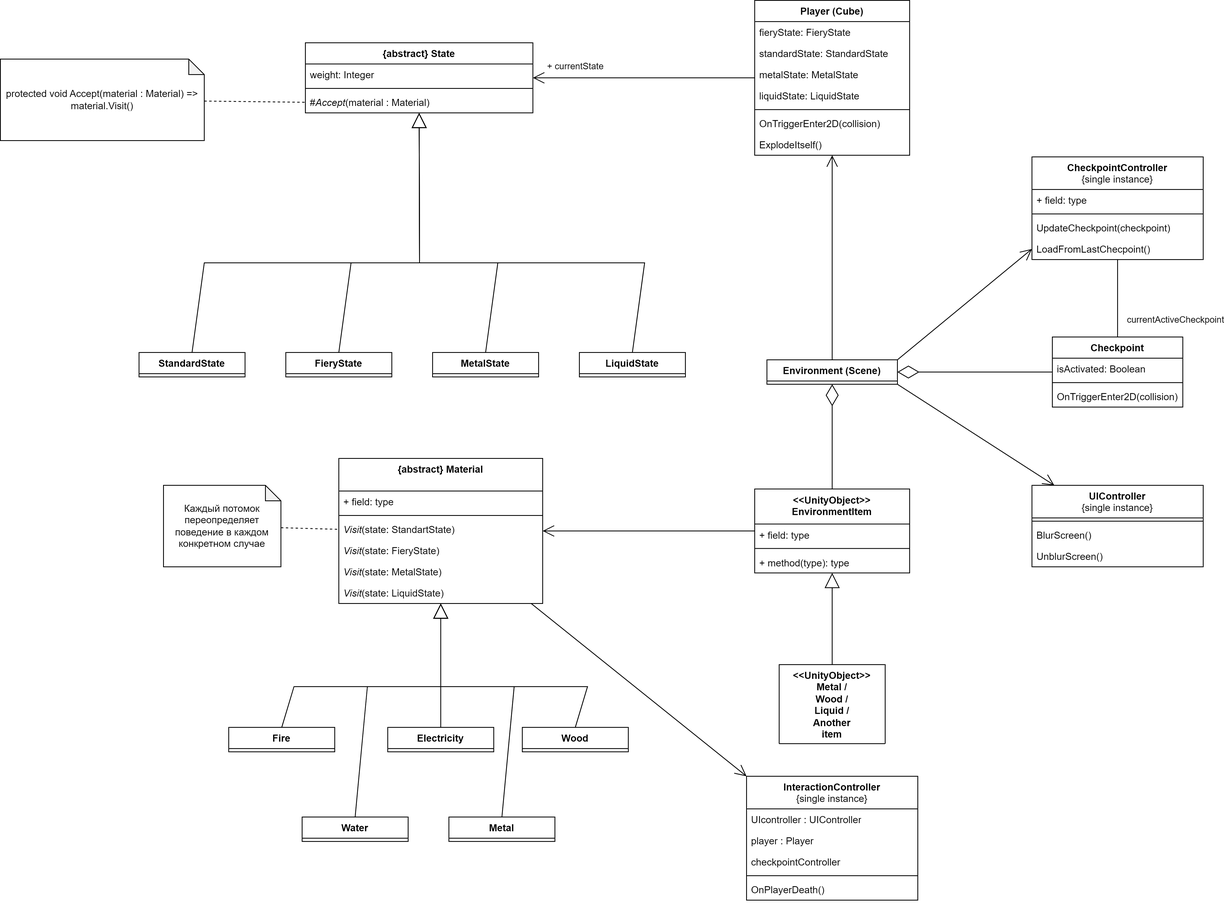
Before: Documentation/Class Diagram.png, a diagram exported from draw.io (Mithrilll/Rock). Source tidied: cells renumbered, new cells last; positions are measured from the earlier drawing's top-left corner, leaving out a move shared by most shapes.
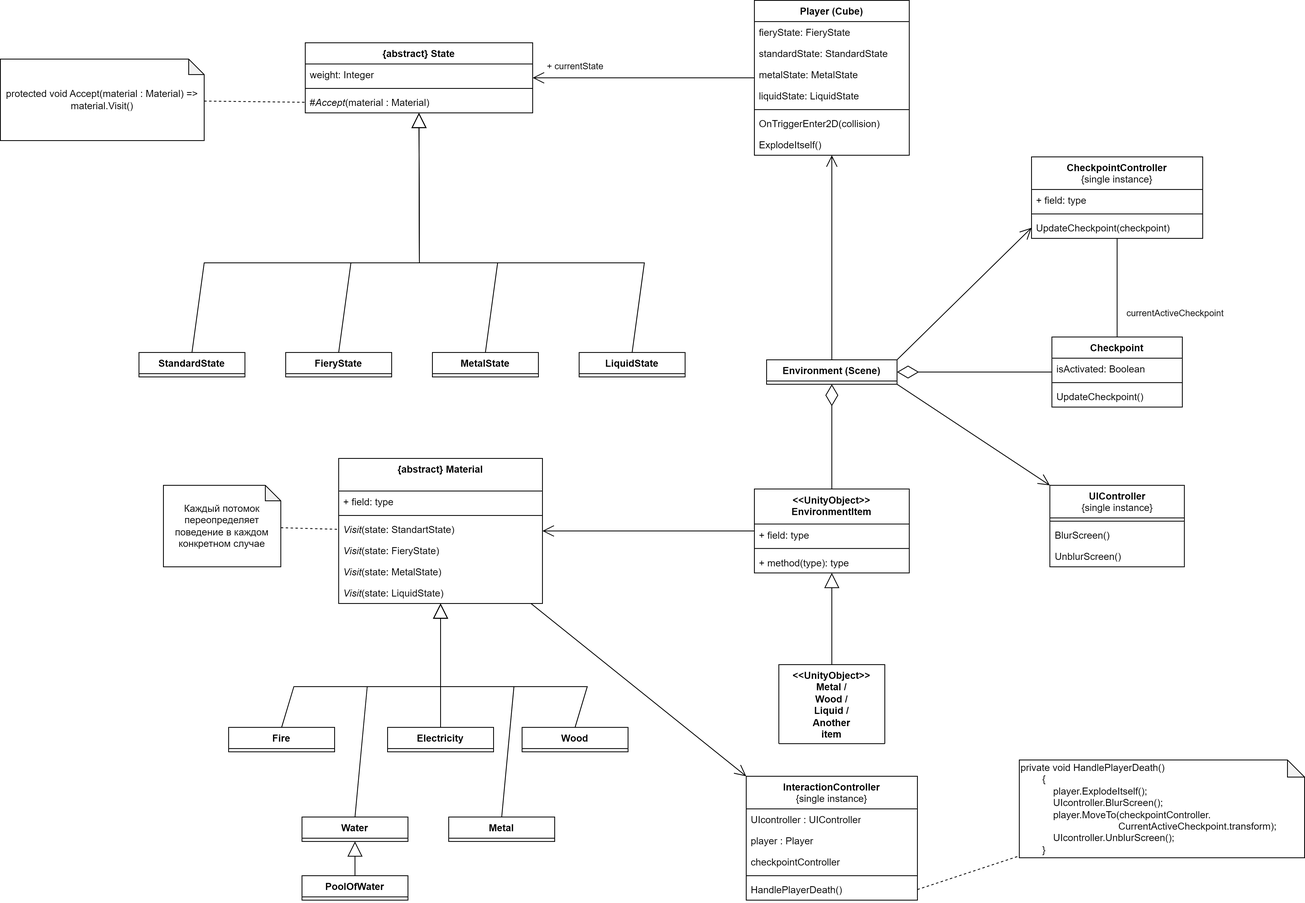
Above is the later version.

Diff of the diagram source:
```diff
@@ -139,7 +139,7 @@
     <mxCell id="35" value="ExplodeItself()" style="text;strokeColor=none;fillColor=none;align=left;verticalAlign=top;spacingLeft=4;spacingRight=4;overflow=hidden;whiteSpace=wrap;html=1;" parent="28" vertex="1">
       <mxGeometry y="164" width="190" height="26" as="geometry" />
     </mxCell>
-    <mxCell id="36" style="edgeStyle=none;shape=connector;rounded=0;jettySize=auto;html=1;exitX=1;exitY=0;exitDx=0;exitDy=0;labelBackgroundColor=default;strokeColor=default;fontFamily=Helvetica;fontSize=11;fontColor=default;endArrow=open;endFill=1;endSize=12;entryX=0;entryY=0.5;entryDx=0;entryDy=0;" parent="1" edge="1" source="37" target="62">
+    <mxCell id="36" style="edgeStyle=none;shape=connector;rounded=0;jettySize=auto;html=1;exitX=1;exitY=0;exitDx=0;exitDy=0;labelBackgroundColor=default;strokeColor=default;fontFamily=Helvetica;fontSize=11;fontColor=default;endArrow=open;endFill=1;endSize=12;entryX=0;entryY=0.5;entryDx=0;entryDy=0;" parent="1" edge="1" source="37" target="61">
       <mxGeometry relative="1" as="geometry" />
     </mxCell>
     <mxCell id="37" value="Environment (Scene)" style="swimlane;fontStyle=1;align=center;verticalAlign=top;horizontal=1;startSize=26;whiteSpace=wrap;html=1;" parent="1" vertex="1" collapsed="1">
@@ -215,7 +215,7 @@
       </mxGeometry>
     </mxCell>
     <mxCell id="58" value="CheckpointController&lt;br&gt;&lt;span style=&quot;font-weight: normal;&quot;&gt;{single instance}&lt;/span&gt;" style="swimlane;fontStyle=1;align=center;verticalAlign=top;horizontal=1;startSize=40;whiteSpace=wrap;html=1;" parent="1" vertex="1">
-      <mxGeometry x="1265" y="192" width="210" height="126" as="geometry" />
+      <mxGeometry x="1265" y="192" width="210" height="100" as="geometry" />
     </mxCell>
     <mxCell id="59" value="+ field: type" style="text;strokeColor=none;fillColor=none;align=left;verticalAlign=top;spacingLeft=4;spacingRight=4;overflow=hidden;whiteSpace=wrap;html=1;" parent="58" vertex="1">
       <mxGeometry y="40" width="210" height="26" as="geometry" />
@@ -226,9 +226,6 @@
     <mxCell id="61" value="UpdateCheckpoint(checkpoint)" style="text;strokeColor=none;fillColor=none;align=left;verticalAlign=top;spacingLeft=4;spacingRight=4;overflow=hidden;points=[[0,0.5],[1,0.5]];portConstraint=eastwest;whiteSpace=wrap;html=1;" parent="58" vertex="1">
       <mxGeometry y="74" width="210" height="26" as="geometry" />
     </mxCell>
-    <mxCell id="62" value="LoadFromLastChecpoint()" style="text;strokeColor=none;fillColor=none;align=left;verticalAlign=top;spacingLeft=4;spacingRight=4;overflow=hidden;points=[[0,0.5],[1,0.5]];portConstraint=eastwest;whiteSpace=wrap;html=1;" parent="58" vertex="1">
-      <mxGeometry y="100" width="210" height="26" as="geometry" />
-    </mxCell>
     <mxCell id="63" value="Checkpoint" style="swimlane;fontStyle=1;align=center;verticalAlign=top;horizontal=1;startSize=26;whiteSpace=wrap;html=1;" parent="1" vertex="1">
       <mxGeometry x="1290" y="413" width="160" height="86" as="geometry" />
     </mxCell>
@@ -238,7 +235,7 @@
     <mxCell id="65" style="line;strokeWidth=1;fillColor=none;align=left;verticalAlign=middle;spacingTop=-1;spacingLeft=3;spacingRight=3;labelPosition=right;strokeColor=inherit;" parent="63" vertex="1">
       <mxGeometry y="52" width="160" height="8" as="geometry" />
     </mxCell>
-    <mxCell id="66" value="OnTriggerEnter2D(collision)" style="text;strokeColor=none;fillColor=none;align=left;verticalAlign=top;spacingLeft=4;spacingRight=4;overflow=hidden;whiteSpace=wrap;html=1;" parent="63" vertex="1">
+    <mxCell id="66" value="UpdateCheckpoint()" style="text;strokeColor=none;fillColor=none;align=left;verticalAlign=top;spacingLeft=4;spacingRight=4;overflow=hidden;whiteSpace=wrap;html=1;" parent="63" vertex="1">
       <mxGeometry y="60" width="160" height="26" as="geometry" />
     </mxCell>
     <mxCell id="67" style="endArrow=diamondThin;endFill=0;endSize=24;html=1;rounded=0;" parent="1" edge="1" source="63" target="37">
@@ -248,18 +245,18 @@
       <mxGeometry relative="1" as="geometry" />
     </mxCell>
     <mxCell id="69" value="UIController&lt;br&gt;&lt;span style=&quot;font-weight: normal;&quot;&gt;{single instance}&lt;/span&gt;" style="swimlane;fontStyle=1;align=center;verticalAlign=top;horizontal=1;startSize=40;whiteSpace=wrap;html=1;" parent="1" vertex="1">
-      <mxGeometry x="1265" y="595" width="210" height="100" as="geometry" />
+      <mxGeometry x="1287.5" y="595" width="165" height="100" as="geometry" />
     </mxCell>
     <mxCell id="70" style="line;strokeWidth=1;fillColor=none;align=left;verticalAlign=middle;spacingTop=-1;spacingLeft=3;spacingRight=3;labelPosition=right;strokeColor=inherit;" parent="69" vertex="1">
-      <mxGeometry y="40" width="210" height="8" as="geometry" />
+      <mxGeometry y="40" width="165" height="8" as="geometry" />
     </mxCell>
     <mxCell id="71" value="BlurScreen()" style="text;strokeColor=none;fillColor=none;align=left;verticalAlign=top;spacingLeft=4;spacingRight=4;overflow=hidden;whiteSpace=wrap;html=1;" parent="69" vertex="1">
-      <mxGeometry y="48" width="210" height="26" as="geometry" />
+      <mxGeometry y="48" width="165" height="26" as="geometry" />
     </mxCell>
     <mxCell id="72" value="UnblurScreen()" style="text;strokeColor=none;fillColor=none;align=left;verticalAlign=top;spacingLeft=4;spacingRight=4;overflow=hidden;whiteSpace=wrap;html=1;" parent="69" vertex="1">
-      <mxGeometry y="74" width="210" height="26" as="geometry" />
+      <mxGeometry y="74" width="165" height="26" as="geometry" />
     </mxCell>
-    <mxCell id="73" style="edgeStyle=none;shape=connector;rounded=0;jettySize=auto;html=1;labelBackgroundColor=default;strokeColor=default;fontFamily=Helvetica;fontSize=11;fontColor=default;endArrow=open;endFill=1;endSize=12;exitX=1;exitY=1;exitDx=0;exitDy=0;" parent="1" edge="1" source="37" target="69">
+    <mxCell id="73" style="edgeStyle=none;shape=connector;rounded=0;jettySize=auto;html=1;labelBackgroundColor=default;strokeColor=default;fontFamily=Helvetica;fontSize=11;fontColor=default;endArrow=open;endFill=1;endSize=12;exitX=1;exitY=1;exitDx=0;exitDy=0;entryX=0;entryY=0;entryDx=0;entryDy=0;" parent="1" edge="1" source="37" target="69">
       <mxGeometry relative="1" as="geometry" />
     </mxCell>
     <mxCell id="74" value="InteractionController&lt;br style=&quot;border-color: var(--border-color);&quot;&gt;&lt;span style=&quot;font-weight: normal;&quot;&gt;{single instance}&lt;/span&gt;" style="swimlane;fontStyle=1;align=center;verticalAlign=top;horizontal=1;startSize=40;whiteSpace=wrap;html=1;" parent="1" vertex="1">
@@ -277,8 +274,20 @@
     <mxCell id="78" style="line;strokeWidth=1;fillColor=none;align=left;verticalAlign=middle;spacingTop=-1;spacingLeft=3;spacingRight=3;labelPosition=right;strokeColor=inherit;" parent="74" vertex="1">
       <mxGeometry y="118" width="210" height="8" as="geometry" />
     </mxCell>
-    <mxCell id="79" value="OnPlayerDeath()" style="text;strokeColor=none;fillColor=none;align=left;verticalAlign=top;spacingLeft=4;spacingRight=4;overflow=hidden;points=[[0,0.5],[1,0.5]];portConstraint=eastwest;whiteSpace=wrap;html=1;" parent="74" vertex="1">
+    <mxCell id="79" value="HandlePlayerDeath()" style="text;strokeColor=none;fillColor=none;align=left;verticalAlign=top;spacingLeft=4;spacingRight=4;overflow=hidden;points=[[0,0.5],[1,0.5]];portConstraint=eastwest;whiteSpace=wrap;html=1;" parent="74" vertex="1">
       <mxGeometry y="126" width="210" height="26" as="geometry" />
     </mxCell>
+    <mxCell id="80" value="PoolOfWater" style="swimlane;fontStyle=1;align=center;verticalAlign=top;horizontal=1;startSize=26;whiteSpace=wrap;html=1;" parent="1" vertex="1" collapsed="1">
+      <mxGeometry x="370" y="1074" width="130" height="30" as="geometry" />
+    </mxCell>
+    <mxCell id="81" style="endArrow=block;endSize=16;endFill=0;html=1;rounded=0;" parent="1" edge="1" source="80" target="21">
+      <mxGeometry relative="1" as="geometry" />
+    </mxCell>
+    <mxCell id="82" value="&lt;div&gt;private void HandlePlayerDeath()&lt;/div&gt;&lt;div&gt;&amp;nbsp; &amp;nbsp; &lt;span style=&quot;white-space: pre;&quot;&gt; &lt;/span&gt;{&lt;/div&gt;&lt;blockquote style=&quot;margin: 0 0 0 40px; border: none; padding: 0px;&quot;&gt;&lt;div&gt;player.ExplodeItself();&lt;/div&gt;&lt;div&gt;UIcontroller.BlurScreen();&lt;/div&gt;&lt;div&gt;player.MoveTo(checkpointController.&lt;/div&gt;&lt;div&gt;&lt;span style=&quot;white-space: pre;&quot;&gt; &lt;/span&gt;&lt;span style=&quot;white-space: pre;&quot;&gt; &lt;/span&gt;&lt;span style=&quot;white-space: pre;&quot;&gt; &lt;/span&gt;CurrentActiveCheckpoint.transform);&lt;/div&gt;&lt;div&gt;UIcontroller.UnblurScreen();&lt;/div&gt;&lt;/blockquote&gt;&lt;div&gt;&lt;span style=&quot;&quot;&gt; &lt;/span&gt;&lt;span style=&quot;white-space: pre;&quot;&gt; &lt;/span&gt;}&lt;/div&gt;" style="shape=note;whiteSpace=wrap;html=1;backgroundOutline=1;darkOpacity=0.05;size=21;align=left;" parent="1" vertex="1">
+      <mxGeometry x="1250" y="932" width="350" height="120" as="geometry" />
+    </mxCell>
+    <mxCell id="83" style="endArrow=none;dashed=1;html=1;rounded=0;exitX=1;exitY=0.5;exitDx=0;exitDy=0;" parent="1" edge="1" source="79" target="82">
+      <mxGeometry relative="1" as="geometry" />
+    </mxCell>
   </root>
 </mxGraphModel>
```
